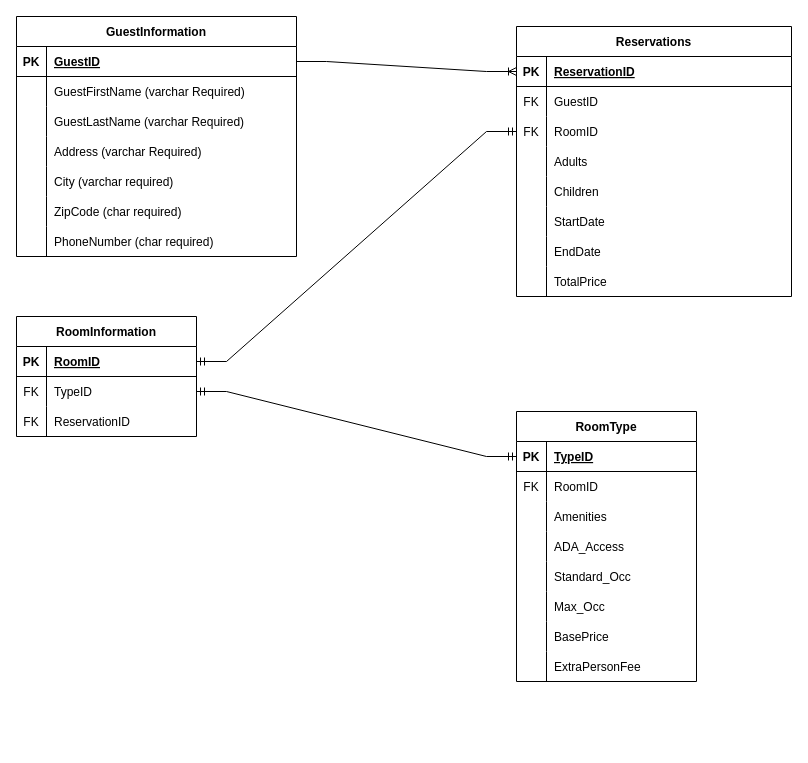
Above: Untitled Diagram.drawio in jubin-joseph59/WileyEdge-Linux (draw.io), before the change. Source tidied: cells renumbered, new cells numbered last; positions are measured from the earlier drawing's top-left corner, leaving out a move shared by most shapes. Both pictures are drawn from the tidied source at 100%, with x=0, y=0 at pixel (16, 16).
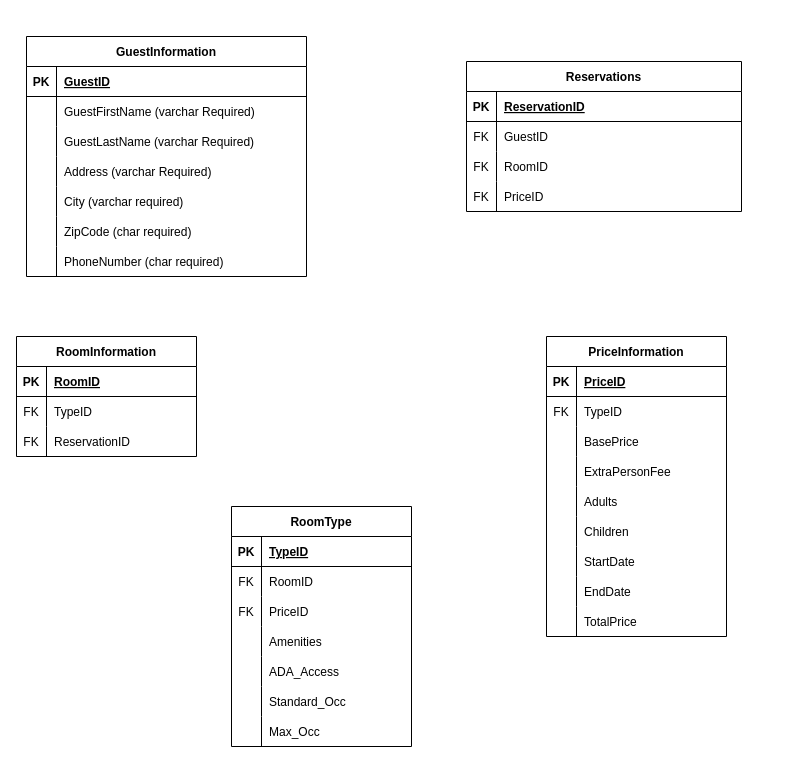
Above is the later version.

The change refers to these unchanged cells:
```xml
<mxCell id="3" style="shape=tableRow;horizontal=0;startSize=0;swimlaneHead=0;swimlaneBody=0;fillColor=none;points=[[0,0.5],[1,0.5]];portConstraint=eastwest;top=0;left=0;right=0;bottom=1;" parent="2" vertex="1">
  <mxGeometry y="30" width="280" height="30" as="geometry" />
</mxCell>
<mxCell id="25" style="shape=tableRow;horizontal=0;startSize=0;swimlaneHead=0;swimlaneBody=0;fillColor=none;points=[[0,0.5],[1,0.5]];portConstraint=eastwest;top=0;left=0;right=0;bottom=1;" parent="24" vertex="1">
  <mxGeometry y="30" width="275" height="30" as="geometry" />
</mxCell>
<mxCell id="31" style="shape=tableRow;horizontal=0;startSize=0;swimlaneHead=0;swimlaneBody=0;fillColor=none;points=[[0,0.5],[1,0.5]];portConstraint=eastwest;top=0;left=0;right=0;bottom=0;" parent="24" vertex="1">
  <mxGeometry y="90" width="275" height="30" as="geometry" />
</mxCell>
<mxCell id="34" style="shape=tableRow;horizontal=0;startSize=0;swimlaneHead=0;swimlaneBody=0;fillColor=none;top=0;left=0;right=0;bottom=0;" parent="24" vertex="1">
  <mxGeometry y="120" width="275" height="30" as="geometry" />
</mxCell>
<mxCell id="51" style="shape=tableRow;horizontal=0;startSize=0;swimlaneHead=0;swimlaneBody=0;fillColor=none;points=[[0,0.5],[1,0.5]];portConstraint=eastwest;top=0;left=0;right=0;bottom=1;" parent="50" vertex="1">
  <mxGeometry y="30" width="180" height="30" as="geometry" />
</mxCell>
<mxCell id="54" style="shape=tableRow;horizontal=0;startSize=0;swimlaneHead=0;swimlaneBody=0;fillColor=none;points=[[0,0.5],[1,0.5]];portConstraint=eastwest;top=0;left=0;right=0;bottom=0;" parent="50" vertex="1">
  <mxGeometry y="60" width="180" height="30" as="geometry" />
</mxCell>
<mxCell id="61" style="shape=tableRow;horizontal=0;startSize=0;swimlaneHead=0;swimlaneBody=0;fillColor=none;points=[[0,0.5],[1,0.5]];portConstraint=eastwest;top=0;left=0;right=0;bottom=1;" parent="60" vertex="1">
  <mxGeometry y="30" width="180" height="30" as="geometry" />
</mxCell>
```

Change to the diagram source:
```diff
@@
     <mxCell id="2" value="GuestInformation" style="shape=table;startSize=30;childLayout=tableLayout;rowLines=0;fontStyle=1;align=center;" parent="1" vertex="1">
-      <mxGeometry width="280" height="240" as="geometry" />
+      <mxGeometry x="10" y="20" width="280" height="240" as="geometry" />
     </mxCell>
@@
     <mxCell id="24" value="Reservations" style="shape=table;startSize=30;childLayout=tableLayout;rowLines=0;fontStyle=1;align=center;" parent="1" vertex="1">
-      <mxGeometry x="500" y="10" width="275" height="270" as="geometry" />
+      <mxGeometry x="450" y="45" width="275" height="150" as="geometry" />
     </mxCell>
@@
-    <mxCell id="35" style="shape=partialRectangle;fillColor=none;top=0;left=0;bottom=0;right=0;overflow=hidden;" parent="34" vertex="1">
-      <mxGeometry width="30" height="30" as="geometry" />
-    </mxCell>
-    <mxCell id="36" value="Adults" style="shape=partialRectangle;fillColor=none;top=0;left=0;bottom=0;right=0;align=left;spacingLeft=6;overflow=hidden;" parent="34" vertex="1">
-      <mxGeometry x="30" width="245" height="30" as="geometry" />
-    </mxCell>
-    <mxCell id="37" style="shape=tableRow;horizontal=0;startSize=0;swimlaneHead=0;swimlaneBody=0;fillColor=none;top=0;left=0;right=0;bottom=0;" parent="24" vertex="1">
-      <mxGeometry y="150" width="275" height="30" as="geometry" />
-    </mxCell>
-    <mxCell id="38" style="shape=partialRectangle;fillColor=none;top=0;left=0;bottom=0;right=0;overflow=hidden;" parent="37" vertex="1">
-      <mxGeometry width="30" height="30" as="geometry" />
-    </mxCell>
-    <mxCell id="39" value="Children" style="shape=partialRectangle;fillColor=none;top=0;left=0;bottom=0;right=0;align=left;spacingLeft=6;overflow=hidden;" parent="37" vertex="1">
-      <mxGeometry x="30" width="245" height="30" as="geometry" />
-    </mxCell>
-    <mxCell id="40" style="shape=tableRow;horizontal=0;startSize=0;swimlaneHead=0;swimlaneBody=0;fillColor=none;top=0;left=0;right=0;bottom=0;" parent="24" vertex="1">
-      <mxGeometry y="180" width="275" height="30" as="geometry" />
-    </mxCell>
-    <mxCell id="41" style="shape=partialRectangle;fillColor=none;top=0;left=0;bottom=0;right=0;overflow=hidden;" parent="40" vertex="1">
-      <mxGeometry width="30" height="30" as="geometry" />
-    </mxCell>
-    <mxCell id="42" value="StartDate" style="shape=partialRectangle;fillColor=none;top=0;left=0;bottom=0;right=0;align=left;spacingLeft=6;overflow=hidden;" parent="40" vertex="1">
-      <mxGeometry x="30" width="245" height="30" as="geometry" />
-    </mxCell>
-    <mxCell id="43" style="shape=tableRow;horizontal=0;startSize=0;swimlaneHead=0;swimlaneBody=0;fillColor=none;top=0;left=0;right=0;bottom=0;" parent="24" vertex="1">
-      <mxGeometry y="210" width="275" height="30" as="geometry" />
-    </mxCell>
-    <mxCell id="44" style="shape=partialRectangle;fillColor=none;top=0;left=0;bottom=0;right=0;overflow=hidden;" parent="43" vertex="1">
-      <mxGeometry width="30" height="30" as="geometry" />
-    </mxCell>
-    <mxCell id="45" value="EndDate" style="shape=partialRectangle;fillColor=none;top=0;left=0;bottom=0;right=0;align=left;spacingLeft=6;overflow=hidden;" parent="43" vertex="1">
-      <mxGeometry x="30" width="245" height="30" as="geometry" />
-    </mxCell>
-    <mxCell id="46" style="shape=tableRow;horizontal=0;startSize=0;swimlaneHead=0;swimlaneBody=0;fillColor=none;top=0;left=0;right=0;bottom=0;" parent="24" vertex="1">
-      <mxGeometry y="240" width="275" height="30" as="geometry" />
-    </mxCell>
-    <mxCell id="47" style="shape=partialRectangle;fillColor=none;top=0;left=0;bottom=0;right=0;overflow=hidden;" parent="46" vertex="1">
-      <mxGeometry width="30" height="30" as="geometry" />
-    </mxCell>
-    <mxCell id="48" value="TotalPrice" style="shape=partialRectangle;fillColor=none;top=0;left=0;bottom=0;right=0;align=left;spacingLeft=6;overflow=hidden;" parent="46" vertex="1">
-      <mxGeometry x="30" width="245" height="30" as="geometry" />
-    </mxCell>
-    <mxCell id="49" style="edgeStyle=entityRelationEdgeStyle;fontSize=12;html=1;endArrow=ERoneToMany;rounded=0;exitX=1;exitY=0.5;exitDx=0;exitDy=0;entryX=0;entryY=0.5;entryDx=0;entryDy=0;" parent="1" edge="1" source="3" target="25">
-      <mxGeometry relative="1" as="geometry" />
-    </mxCell>
+    <mxCell id="87" value="FK" style="shape=partialRectangle;fillColor=none;top=0;left=0;bottom=0;right=0;overflow=hidden;" parent="34" vertex="1">
+      <mxGeometry width="30" height="30" as="geometry" />
+    </mxCell>
+    <mxCell id="88" value="PriceID" style="shape=partialRectangle;fillColor=none;top=0;left=0;bottom=0;right=0;align=left;spacingLeft=6;overflow=hidden;" parent="34" vertex="1">
+      <mxGeometry x="30" width="245" height="30" as="geometry" />
+    </mxCell>
     <mxCell id="50" value="RoomInformation" style="shape=table;startSize=30;childLayout=tableLayout;rowLines=0;fontStyle=1;align=center;" parent="1" vertex="1">
-      <mxGeometry y="300" width="180" height="120" as="geometry" />
+      <mxGeometry y="320" width="180" height="120" as="geometry" />
     </mxCell>
@@
     <mxCell id="60" value="RoomType" style="shape=table;startSize=30;childLayout=tableLayout;rowLines=0;fontStyle=1;align=center;" parent="1" vertex="1">
-      <mxGeometry x="500" y="395" width="180" height="270" as="geometry" />
+      <mxGeometry x="215" y="490" width="180" height="240" as="geometry" />
     </mxCell>
@@
+    <mxCell id="89" style="shape=tableRow;horizontal=0;startSize=0;swimlaneHead=0;swimlaneBody=0;fillColor=none;top=0;left=0;right=0;bottom=0;" parent="60" vertex="1">
+      <mxGeometry y="90" width="180" height="30" as="geometry" />
+    </mxCell>
+    <mxCell id="90" value="FK" style="shape=partialRectangle;fillColor=none;top=0;left=0;bottom=0;right=0;overflow=hidden;" parent="89" vertex="1">
+      <mxGeometry width="30" height="30" as="geometry" />
+    </mxCell>
+    <mxCell id="91" value="PriceID" style="shape=partialRectangle;fillColor=none;top=0;left=0;bottom=0;right=0;align=left;spacingLeft=6;overflow=hidden;" parent="89" vertex="1">
+      <mxGeometry x="30" width="150" height="30" as="geometry" />
+    </mxCell>
     <mxCell id="67" style="shape=tableRow;horizontal=0;startSize=0;swimlaneHead=0;swimlaneBody=0;fillColor=none;top=0;left=0;right=0;bottom=0;" parent="60" vertex="1">
-      <mxGeometry y="90" width="180" height="30" as="geometry" />
+      <mxGeometry y="120" width="180" height="30" as="geometry" />
     </mxCell>
@@
     <mxCell id="70" style="shape=tableRow;horizontal=0;startSize=0;swimlaneHead=0;swimlaneBody=0;fillColor=none;top=0;left=0;right=0;bottom=0;" parent="60" vertex="1">
-      <mxGeometry y="120" width="180" height="30" as="geometry" />
+      <mxGeometry y="150" width="180" height="30" as="geometry" />
     </mxCell>
@@
     <mxCell id="73" style="shape=tableRow;horizontal=0;startSize=0;swimlaneHead=0;swimlaneBody=0;fillColor=none;top=0;left=0;right=0;bottom=0;" parent="60" vertex="1">
-      <mxGeometry y="150" width="180" height="30" as="geometry" />
+      <mxGeometry y="180" width="180" height="30" as="geometry" />
     </mxCell>
@@
     <mxCell id="76" style="shape=tableRow;horizontal=0;startSize=0;swimlaneHead=0;swimlaneBody=0;fillColor=none;top=0;left=0;right=0;bottom=0;" parent="60" vertex="1">
-      <mxGeometry y="180" width="180" height="30" as="geometry" />
+      <mxGeometry y="210" width="180" height="30" as="geometry" />
     </mxCell>
@@
+    <mxCell id="92" value="PriceInformation" style="shape=table;startSize=30;childLayout=tableLayout;rowLines=0;fontStyle=1;align=center;" parent="1" vertex="1">
+      <mxGeometry x="530" y="320" width="180" height="300" as="geometry" />
+    </mxCell>
+    <mxCell id="93" style="shape=tableRow;horizontal=0;startSize=0;swimlaneHead=0;swimlaneBody=0;fillColor=none;top=0;left=0;right=0;bottom=1;" parent="92" vertex="1">
+      <mxGeometry y="30" width="180" height="30" as="geometry" />
+    </mxCell>
+    <mxCell id="94" value="PK" style="shape=partialRectangle;fillColor=none;top=0;left=0;bottom=0;right=0;fontStyle=1;overflow=hidden;" parent="93" vertex="1">
+      <mxGeometry width="30" height="30" as="geometry" />
+    </mxCell>
+    <mxCell id="95" value="PriceID" style="shape=partialRectangle;fillColor=none;top=0;left=0;bottom=0;right=0;align=left;spacingLeft=6;fontStyle=5;overflow=hidden;" parent="93" vertex="1">
+      <mxGeometry x="30" width="150" height="30" as="geometry" />
+    </mxCell>
+    <mxCell id="96" style="shape=tableRow;horizontal=0;startSize=0;swimlaneHead=0;swimlaneBody=0;fillColor=none;top=0;left=0;right=0;bottom=0;" parent="92" vertex="1">
+      <mxGeometry y="60" width="180" height="30" as="geometry" />
+    </mxCell>
+    <mxCell id="97" value="FK" style="shape=partialRectangle;fillColor=none;top=0;left=0;bottom=0;right=0;overflow=hidden;" parent="96" vertex="1">
+      <mxGeometry width="30" height="30" as="geometry" />
+    </mxCell>
+    <mxCell id="98" value="TypeID" style="shape=partialRectangle;fillColor=none;top=0;left=0;bottom=0;right=0;align=left;spacingLeft=6;overflow=hidden;" parent="96" vertex="1">
+      <mxGeometry x="30" width="150" height="30" as="geometry" />
+    </mxCell>
+    <mxCell id="99" style="shape=tableRow;horizontal=0;startSize=0;swimlaneHead=0;swimlaneBody=0;fillColor=none;top=0;left=0;right=0;bottom=0;" parent="92" vertex="1">
+      <mxGeometry y="90" width="180" height="30" as="geometry" />
+    </mxCell>
+    <mxCell id="100" style="shape=partialRectangle;fillColor=none;top=0;left=0;bottom=0;right=0;overflow=hidden;" parent="99" vertex="1">
+      <mxGeometry width="30" height="30" as="geometry" />
+    </mxCell>
+    <mxCell id="81" value="BasePrice" style="shape=partialRectangle;fillColor=none;top=0;left=0;bottom=0;right=0;align=left;spacingLeft=6;overflow=hidden;" parent="99" vertex="1">
+      <mxGeometry x="30" width="150" height="30" as="geometry" />
+    </mxCell>
+    <mxCell id="101" style="shape=tableRow;horizontal=0;startSize=0;swimlaneHead=0;swimlaneBody=0;fillColor=none;top=0;left=0;right=0;bottom=0;" parent="92" vertex="1">
+      <mxGeometry y="120" width="180" height="30" as="geometry" />
+    </mxCell>
+    <mxCell id="102" style="shape=partialRectangle;fillColor=none;top=0;left=0;bottom=0;right=0;overflow=hidden;" parent="101" vertex="1">
+      <mxGeometry width="30" height="30" as="geometry" />
+    </mxCell>
+    <mxCell id="84" value="ExtraPersonFee" style="shape=partialRectangle;fillColor=none;top=0;left=0;bottom=0;right=0;align=left;spacingLeft=6;overflow=hidden;" parent="101" vertex="1">
+      <mxGeometry x="30" width="150" height="30" as="geometry" />
+    </mxCell>
+    <mxCell id="103" style="shape=tableRow;horizontal=0;startSize=0;swimlaneHead=0;swimlaneBody=0;fillColor=none;top=0;left=0;right=0;bottom=0;" parent="92" vertex="1">
+      <mxGeometry y="150" width="180" height="30" as="geometry" />
+    </mxCell>
+    <mxCell id="104" style="shape=partialRectangle;fillColor=none;top=0;left=0;bottom=0;right=0;overflow=hidden;" parent="103" vertex="1">
+      <mxGeometry width="30" height="30" as="geometry" />
+    </mxCell>
+    <mxCell id="36" value="Adults" style="shape=partialRectangle;fillColor=none;top=0;left=0;bottom=0;right=0;align=left;spacingLeft=6;overflow=hidden;" parent="103" vertex="1">
+      <mxGeometry x="30" width="150" height="30" as="geometry" />
+    </mxCell>
+    <mxCell id="105" style="shape=tableRow;horizontal=0;startSize=0;swimlaneHead=0;swimlaneBody=0;fillColor=none;top=0;left=0;right=0;bottom=0;" parent="92" vertex="1">
+      <mxGeometry y="180" width="180" height="30" as="geometry" />
+    </mxCell>
+    <mxCell id="106" style="shape=partialRectangle;fillColor=none;top=0;left=0;bottom=0;right=0;overflow=hidden;" parent="105" vertex="1">
+      <mxGeometry width="30" height="30" as="geometry" />
+    </mxCell>
+    <mxCell id="39" value="Children" style="shape=partialRectangle;fillColor=none;top=0;left=0;bottom=0;right=0;align=left;spacingLeft=6;overflow=hidden;" parent="105" vertex="1">
+      <mxGeometry x="30" width="150" height="30" as="geometry" />
+    </mxCell>
-    <mxCell id="79" style="shape=tableRow;horizontal=0;startSize=0;swimlaneHead=0;swimlaneBody=0;fillColor=none;top=0;left=0;right=0;bottom=0;" parent="60" vertex="1">
+    <mxCell id="79" style="shape=tableRow;horizontal=0;startSize=0;swimlaneHead=0;swimlaneBody=0;fillColor=none;top=0;left=0;right=0;bottom=0;" parent="92" vertex="1">
       <mxGeometry y="210" width="180" height="30" as="geometry" />
     </mxCell>
-    <mxCell id="80" style="shape=partialRectangle;fillColor=none;top=0;left=0;bottom=0;right=0;overflow=hidden;" parent="79" vertex="1">
-      <mxGeometry width="30" height="30" as="geometry" />
-    </mxCell>
-    <mxCell id="81" value="BasePrice" style="shape=partialRectangle;fillColor=none;top=0;left=0;bottom=0;right=0;align=left;spacingLeft=6;overflow=hidden;" parent="79" vertex="1">
-      <mxGeometry x="30" width="150" height="30" as="geometry" />
-    </mxCell>
+    <mxCell id="107" style="shape=partialRectangle;fillColor=none;top=0;left=0;bottom=0;right=0;overflow=hidden;" parent="79" vertex="1">
+      <mxGeometry width="30" height="30" as="geometry" />
+    </mxCell>
+    <mxCell id="42" value="StartDate" style="shape=partialRectangle;fillColor=none;top=0;left=0;bottom=0;right=0;align=left;spacingLeft=6;overflow=hidden;" parent="79" vertex="1">
+      <mxGeometry x="30" width="150" height="30" as="geometry" />
+    </mxCell>
-    <mxCell id="82" style="shape=tableRow;horizontal=0;startSize=0;swimlaneHead=0;swimlaneBody=0;fillColor=none;top=0;left=0;right=0;bottom=0;" parent="60" vertex="1">
+    <mxCell id="82" style="shape=tableRow;horizontal=0;startSize=0;swimlaneHead=0;swimlaneBody=0;fillColor=none;top=0;left=0;right=0;bottom=0;" parent="92" vertex="1">
       <mxGeometry y="240" width="180" height="30" as="geometry" />
     </mxCell>
-    <mxCell id="83" style="shape=partialRectangle;fillColor=none;top=0;left=0;bottom=0;right=0;overflow=hidden;" parent="82" vertex="1">
-      <mxGeometry width="30" height="30" as="geometry" />
-    </mxCell>
-    <mxCell id="84" value="ExtraPersonFee" style="shape=partialRectangle;fillColor=none;top=0;left=0;bottom=0;right=0;align=left;spacingLeft=6;overflow=hidden;" parent="82" vertex="1">
-      <mxGeometry x="30" width="150" height="30" as="geometry" />
-    </mxCell>
-    <mxCell id="85" style="edgeStyle=entityRelationEdgeStyle;fontSize=12;html=1;endArrow=ERmandOne;startArrow=ERmandOne;rounded=0;exitX=1;exitY=0.5;exitDx=0;exitDy=0;entryX=0;entryY=0.5;entryDx=0;entryDy=0;" parent="1" edge="1" source="51" target="31">
-      <mxGeometry relative="1" as="geometry" />
-    </mxCell>
-    <mxCell id="86" style="edgeStyle=entityRelationEdgeStyle;fontSize=12;html=1;endArrow=ERmandOne;startArrow=ERmandOne;rounded=0;entryX=1;entryY=0.5;entryDx=0;entryDy=0;exitX=0;exitY=0.5;exitDx=0;exitDy=0;" parent="1" edge="1" source="61" target="54">
-      <mxGeometry relative="1" as="geometry" />
-    </mxCell>
+    <mxCell id="108" style="shape=partialRectangle;fillColor=none;top=0;left=0;bottom=0;right=0;overflow=hidden;" parent="82" vertex="1">
+      <mxGeometry width="30" height="30" as="geometry" />
+    </mxCell>
+    <mxCell id="45" value="EndDate" style="shape=partialRectangle;fillColor=none;top=0;left=0;bottom=0;right=0;align=left;spacingLeft=6;overflow=hidden;" parent="82" vertex="1">
+      <mxGeometry x="30" width="150" height="30" as="geometry" />
+    </mxCell>
+    <mxCell id="109" style="shape=tableRow;horizontal=0;startSize=0;swimlaneHead=0;swimlaneBody=0;fillColor=none;top=0;left=0;right=0;bottom=0;" parent="92" vertex="1">
+      <mxGeometry y="270" width="180" height="30" as="geometry" />
+    </mxCell>
+    <mxCell id="110" style="shape=partialRectangle;fillColor=none;top=0;left=0;bottom=0;right=0;overflow=hidden;" parent="109" vertex="1">
+      <mxGeometry width="30" height="30" as="geometry" />
+    </mxCell>
+    <mxCell id="48" value="TotalPrice" style="shape=partialRectangle;fillColor=none;top=0;left=0;bottom=0;right=0;align=left;spacingLeft=6;overflow=hidden;" parent="109" vertex="1">
+      <mxGeometry x="30" width="150" height="30" as="geometry" />
+    </mxCell>
```
